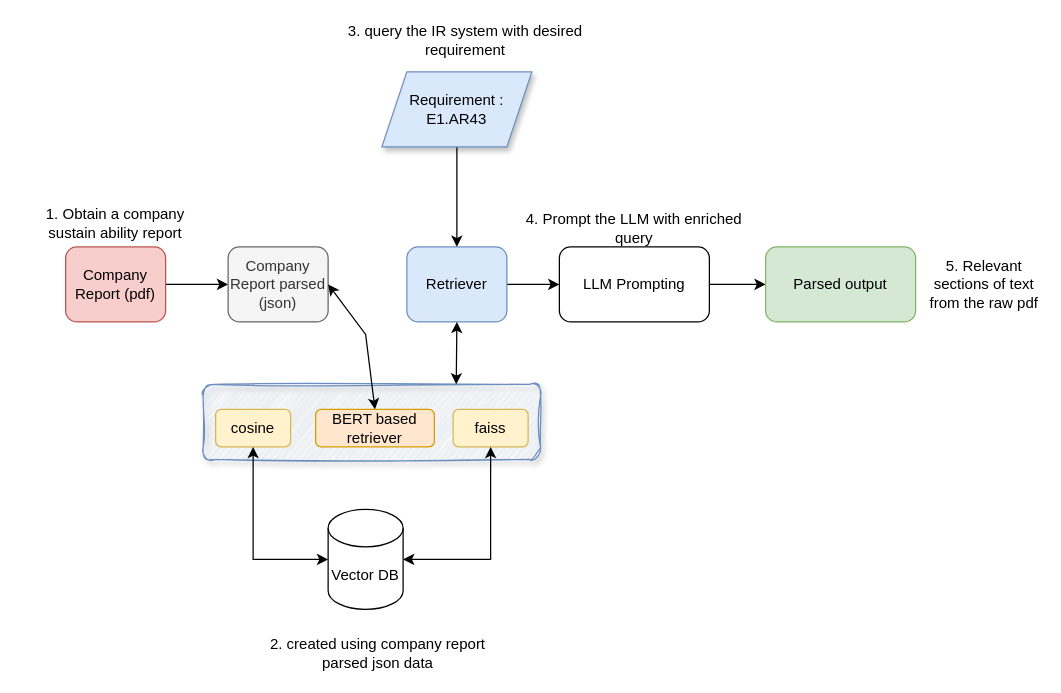
Before: page "Page-7" (7 of 8) of ir_sys.drawio in prabhupad26/100daysofML, a draw.io diagram. Source tidied: cells renumbered, new cells numbered last; positions are measured from the earlier drawing's top-left corner, leaving out a move shared by most shapes. Both pictures are drawn from the tidied source at 125%, with x=0, y=0 at pixel (21, 21).
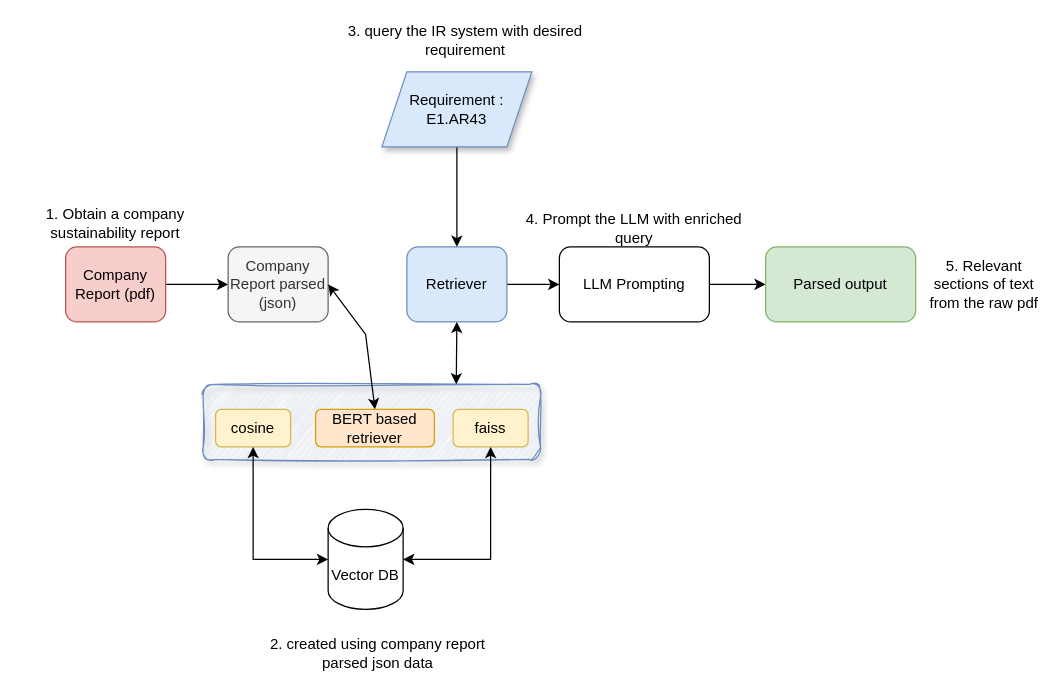
The same diagram, later.

Diff of the diagram source:
```diff
@@
-    <mxCell id="23" value="1. Obtain a company sustain ability report" style="text;html=1;align=center;verticalAlign=middle;whiteSpace=wrap;rounded=0;" parent="1" vertex="1">
+    <mxCell id="23" value="1. Obtain a company sustainability report" style="text;html=1;align=center;verticalAlign=middle;whiteSpace=wrap;rounded=0;" parent="1" vertex="1">
       <mxGeometry y="146" width="150" height="30" as="geometry" />
     </mxCell>
```
